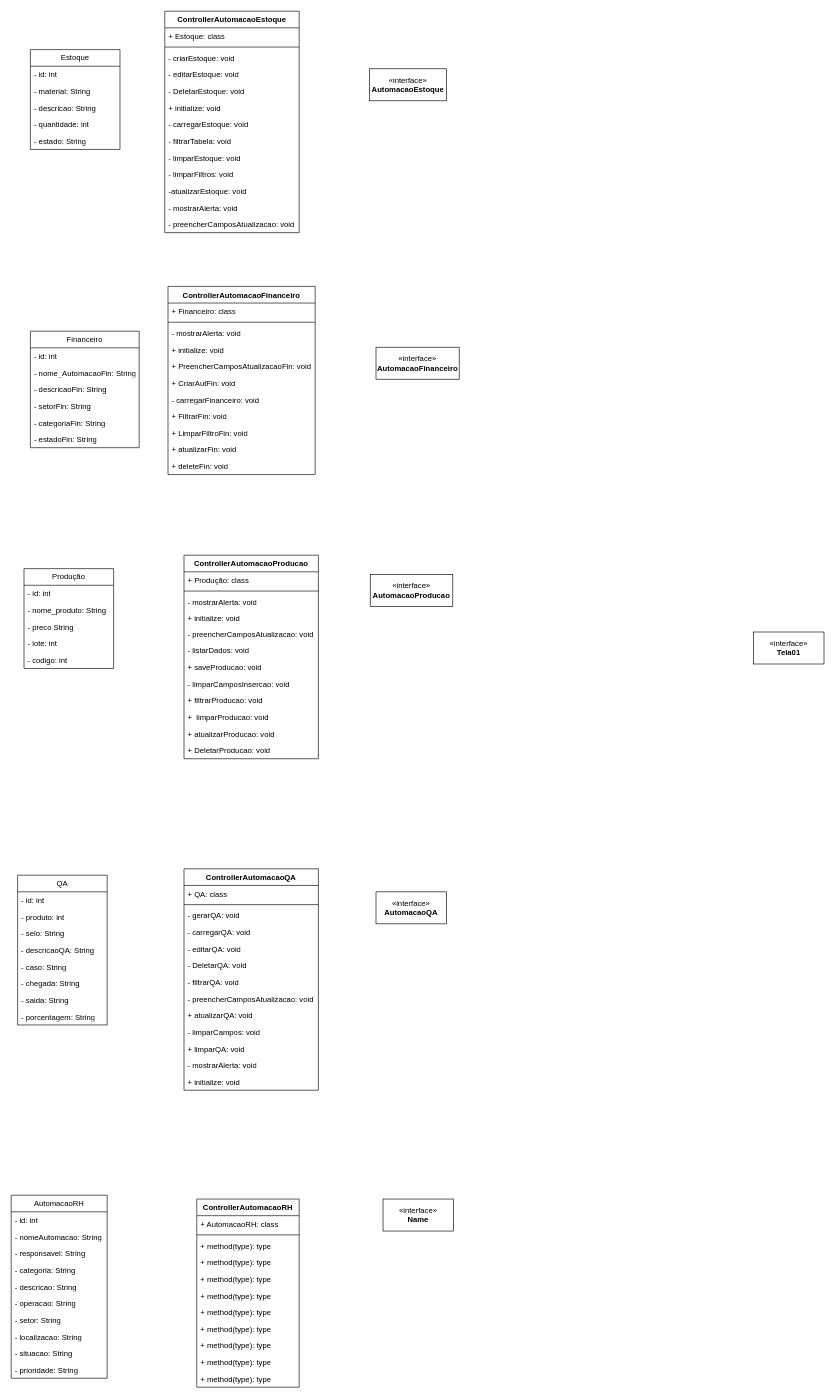
The draw.io diagram Diagrama sem nome.drawio in viitorsz/doc, before the edit. Source tidied: cells renumbered, new cells numbered last; positions are measured from the earlier drawing's top-left corner, leaving out a move shared by most shapes. Both pictures are drawn from the tidied source at 64%, with x=0, y=0 at pixel (11, 11).
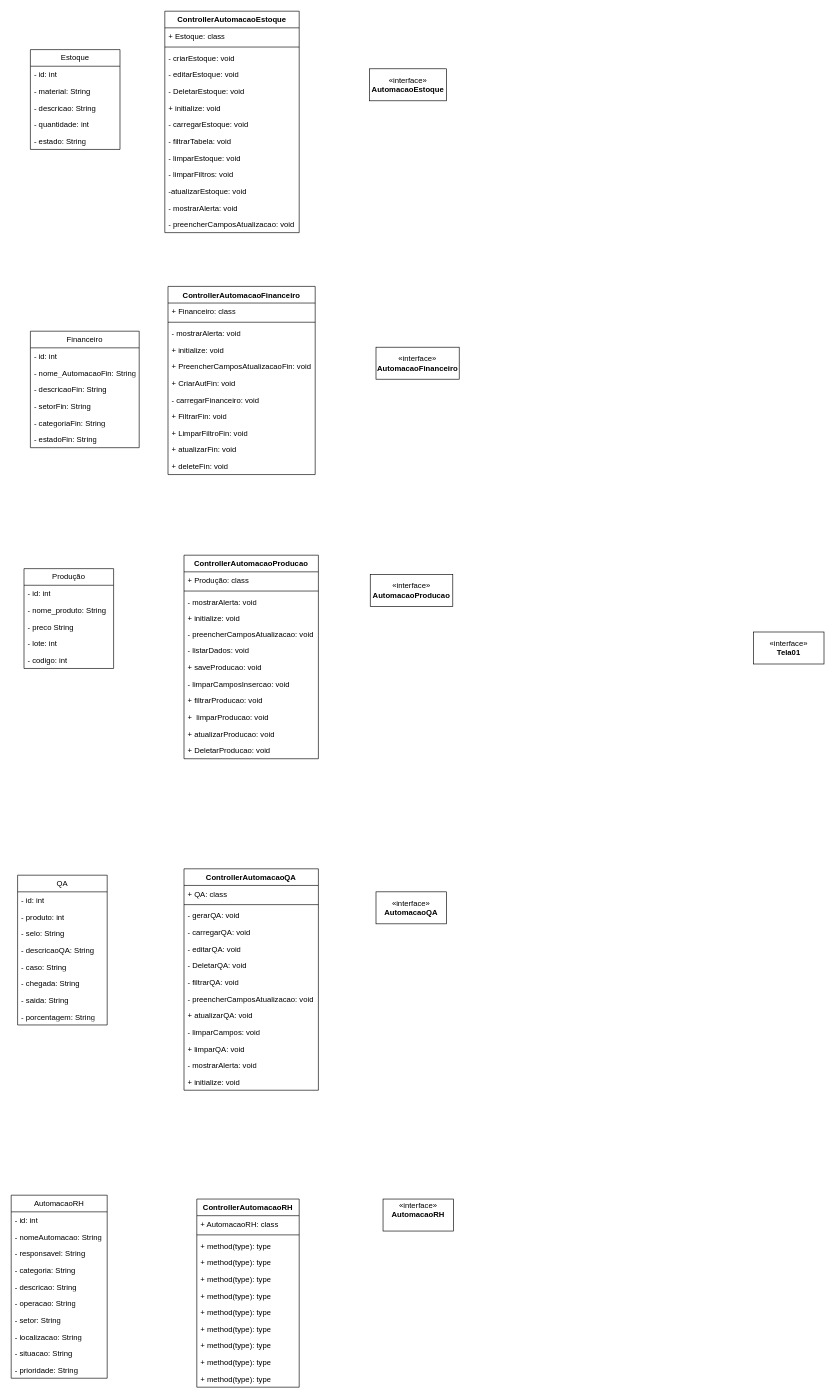
Above is the later version.

What changed in the source:
```diff
@@
-    <mxCell id="99" value="&amp;laquo;interface&amp;raquo;&lt;br&gt;&lt;b&gt;Name&lt;/b&gt;" style="html=1;whiteSpace=wrap;" parent="1" vertex="1">
+    <mxCell id="99" value="«interface»&lt;br&gt;&lt;b&gt;AutomacaoRH&lt;/b&gt;&lt;div&gt;&lt;b&gt;&lt;br&gt;&lt;/b&gt;&lt;/div&gt;" style="html=1;whiteSpace=wrap;" parent="1" vertex="1">
       <mxGeometry x="581" y="1856" width="110" height="50" as="geometry" />
     </mxCell>
```
